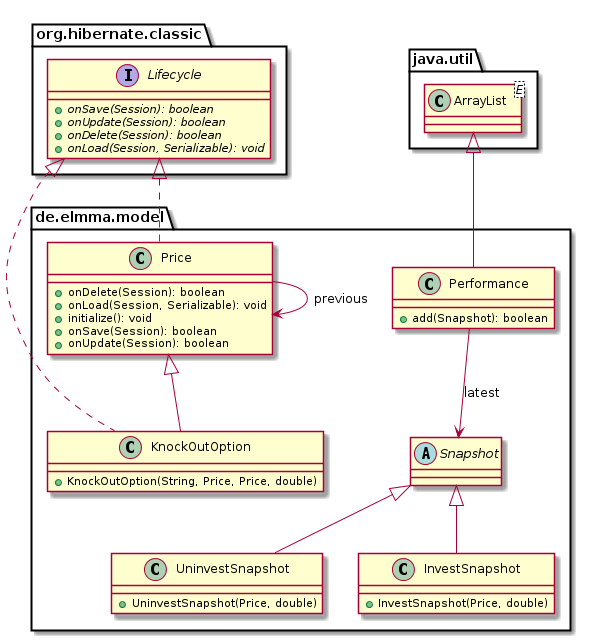
Before: elmma/elmma-model/diagrams/de.elmma.model.package.png, a diagram exported from PlantUML (swillrich/eimma).
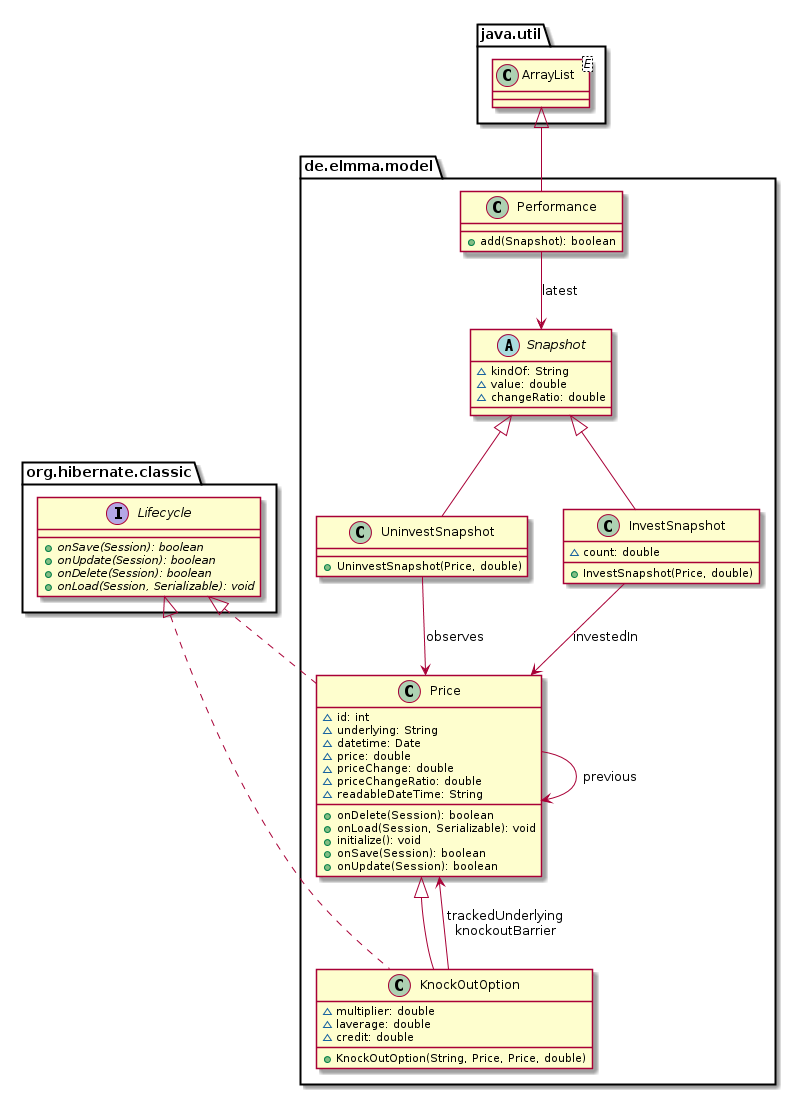
After the commit.

The edit, as a diff of the source:
```diff
@@ -9,10 +9,20 @@
 
         abstract class Snapshot {
             [[../../../de/elmma/model/Snapshot.html]]
+            ~kindOf: String
+            ~value: double
+            ~changeRatio: double
         }
 
         class Price {
             [[../../../de/elmma/model/Price.html]]
+            ~id: int
+            ~underlying: String
+            ~datetime: Date
+            ~price: double
+            ~priceChange: double
+            ~priceChangeRatio: double
+            ~readableDateTime: String
             +onDelete(Session): boolean
             +onLoad(Session, Serializable): void
             +initialize(): void
@@ -27,11 +37,15 @@
 
         class KnockOutOption {
             [[../../../de/elmma/model/KnockOutOption.html]]
+            ~multiplier: double
+            ~laverage: double
+            ~credit: double
             +KnockOutOption(String, Price, Price, double)
         }
 
         class InvestSnapshot {
             [[../../../de/elmma/model/InvestSnapshot.html]]
+            ~count: double
             +InvestSnapshot(Price, double)
         }
 
@@ -54,10 +68,16 @@
 
         Snapshot <|-- InvestSnapshot
 
+        UninvestSnapshot --> Price: observes
+
         Price --> Price: previous
 
         Performance --> Snapshot: latest
 
+        KnockOutOption --> Price: trackedUnderlying\nknockoutBarrier
+
+        InvestSnapshot --> Price: investedIn
+
     }
 
 @enduml
```
